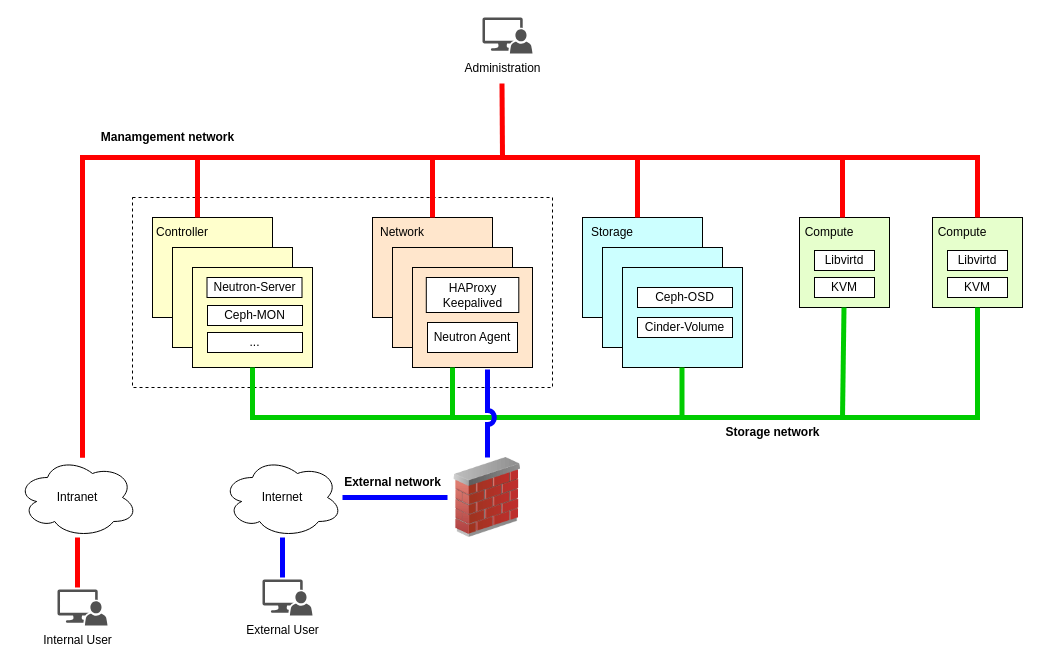
Earlier version of the draw.io diagram design_documents/cloud/openstack_architecture.drawio (LiamLea/notes). Source tidied: cells renumbered, new cells numbered last; positions are measured from the earlier drawing's top-left corner, leaving out a move shared by most shapes. Both pictures are drawn from the tidied source at 100%, with x=0, y=0 at pixel (17, 17).
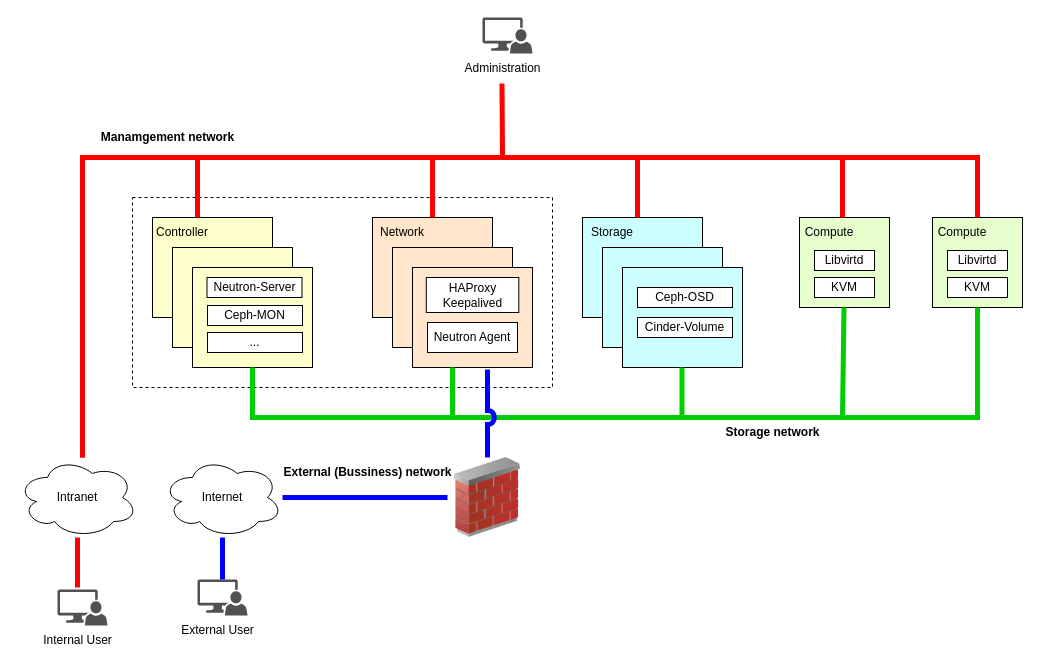
The same page after the edit.

Change to the diagram source:
```diff
@@
     <mxCell id="18" value="Internet" style="ellipse;shape=cloud;whiteSpace=wrap;html=1;" parent="1" vertex="1">
-      <mxGeometry x="205" y="440" width="120" height="80" as="geometry" />
+      <mxGeometry x="145" y="440" width="120" height="80" as="geometry" />
     </mxCell>
@@
     <mxCell id="47" style="sketch=0;shadow=0;dashed=0;html=1;strokeColor=none;labelPosition=center;verticalLabelPosition=bottom;verticalAlign=top;align=center;fillColor=#515151;shape=mxgraph.mscae.system_center.admin_console;" parent="1" vertex="1">
-      <mxGeometry x="245" y="562" width="50" height="36" as="geometry" />
+      <mxGeometry x="180" y="562" width="50" height="36" as="geometry" />
     </mxCell>
     <mxCell id="48" value="External User" style="text;html=1;align=center;verticalAlign=middle;strokeColor=none;fillColor=none;" parent="1" vertex="1">
-      <mxGeometry x="215" y="598" width="100" height="30" as="geometry" />
+      <mxGeometry x="150" y="598" width="100" height="30" as="geometry" />
     </mxCell>
@@
-    <mxCell id="50" style="endArrow=none;html=1;rounded=0;strokeColor=#0000FF;fillColor=#FF3333;elbow=vertical;jumpStyle=arc;strokeWidth=5;" parent="1" edge="1" source="18">
-      <mxGeometry relative="1" as="geometry">
-        <mxPoint x="265" y="560" as="targetPoint" />
-      </mxGeometry>
+    <mxCell id="50" style="endArrow=none;html=1;rounded=0;strokeColor=#0000FF;fillColor=#FF3333;elbow=vertical;jumpStyle=arc;strokeWidth=5;entryX=0.5;entryY=0;entryDx=0;entryDy=0;entryPerimeter=0;" parent="1" edge="1" source="18" target="47">
+      <mxGeometry relative="1" as="geometry" />
     </mxCell>
@@
-    <mxCell id="56" value="&lt;b&gt;External network&lt;/b&gt;" style="text;html=1;align=center;verticalAlign=middle;strokeColor=none;fillColor=none;" parent="1" vertex="1">
-      <mxGeometry x="315" y="450" width="120" height="30" as="geometry" />
+    <mxCell id="56" value="&lt;b&gt;External (Bussiness) network&lt;/b&gt;" style="text;html=1;align=center;verticalAlign=middle;strokeColor=none;fillColor=none;" parent="1" vertex="1">
+      <mxGeometry x="255" y="440" width="190" height="30" as="geometry" />
     </mxCell>
```
